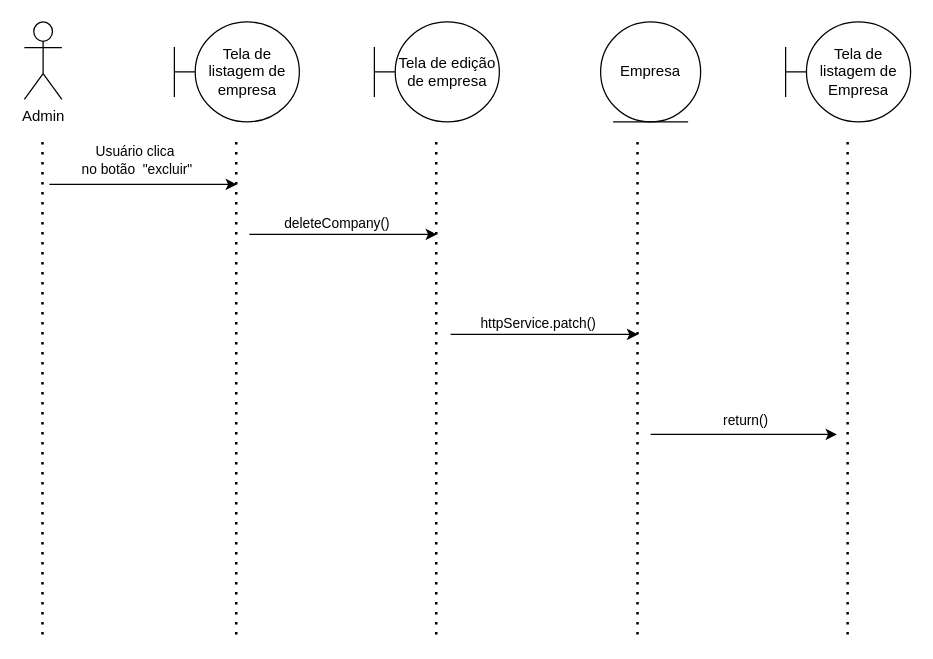
This is page "Diagrama de sequencia - Exclusão de Empresa" (22 of 46) of docs/diagrams/MTruck Diagrams.drawio from iamseki/mtruck-api, a draw.io file, before an edit. Source tidied: cells renumbered, new cells numbered last; positions are measured from the earlier drawing's top-left corner, leaving out a move shared by most shapes. Both pictures are drawn from the tidied source at 125%, with x=0, y=0 at pixel (24, 21).
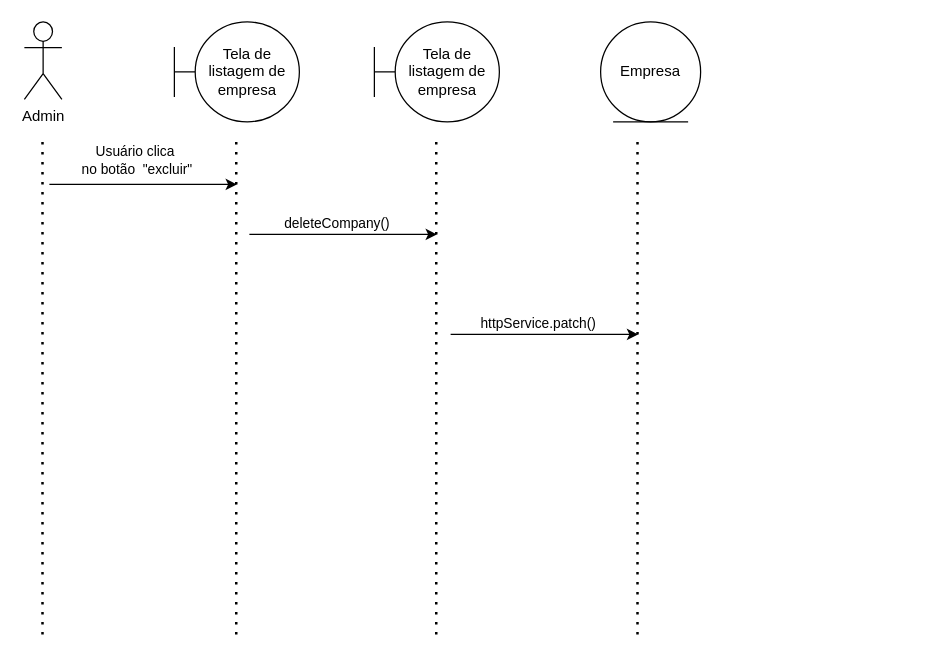
The same diagram, later.

Diff of the diagram source:
```diff
@@
-    <mxCell id="8" value="Tela de listagem de Empresa" style="shape=umlBoundary;whiteSpace=wrap;html=1;" parent="1" vertex="1">
-      <mxGeometry x="609" width="100" height="80" as="geometry" />
-    </mxCell>
-    <mxCell id="9" style="endArrow=none;dashed=1;html=1;dashPattern=1 3;strokeWidth=2;" parent="1" edge="1">
-      <mxGeometry relative="1" as="geometry">
-        <mxPoint x="658.6" y="490" as="sourcePoint" />
-        <mxPoint x="658.6" y="90" as="targetPoint" />
-      </mxGeometry>
-    </mxCell>
-    <mxCell id="10" style="endArrow=classic;html=1;" parent="1" edge="1">
-      <mxGeometry relative="1" as="geometry">
-        <mxPoint x="501" y="330" as="sourcePoint" />
-        <mxPoint x="650" y="330" as="targetPoint" />
-      </mxGeometry>
-    </mxCell>
-    <mxCell id="11" value="return()" style="edgeLabel;html=1;align=center;verticalAlign=middle;" parent="10" vertex="1">
-      <mxGeometry x="0.44" y="2" relative="1" as="geometry">
-        <mxPoint x="-32" y="-10" as="offset" />
-      </mxGeometry>
-    </mxCell>
-    <mxCell id="12" value="Tela de edição de empresa" style="shape=umlBoundary;whiteSpace=wrap;html=1;" parent="1" vertex="1">
+    <mxCell id="12" value="Tela de listagem de empresa" style="shape=umlBoundary;whiteSpace=wrap;html=1;" parent="1" vertex="1">
       <mxGeometry x="280" width="100" height="80" as="geometry" />
     </mxCell>
```
